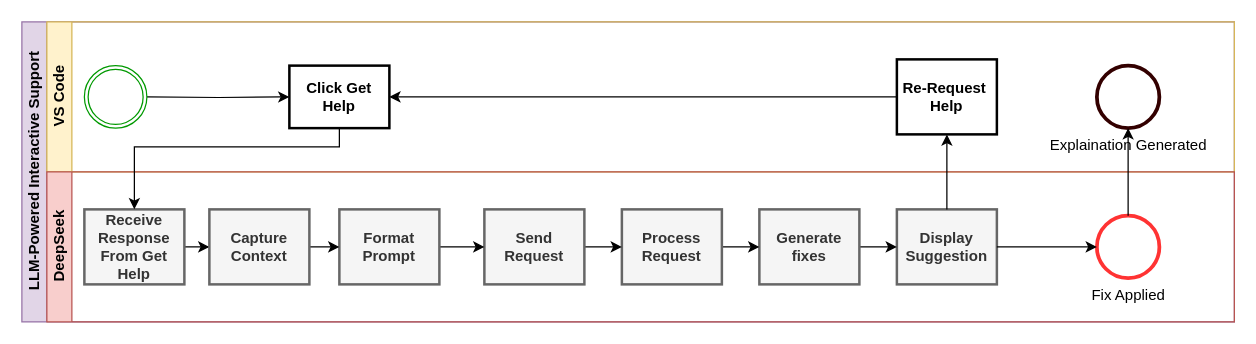
Before: Untitled Diagram.drawio in rajandasguptaml/APEX---BPMN-Diagram, a draw.io diagram. Source tidied: cells renumbered, new cells numbered last; positions are measured from the earlier drawing's top-left corner, leaving out a move shared by most shapes. Both pictures are drawn from the tidied source at 125%, with x=0, y=0 at pixel (21, 21).
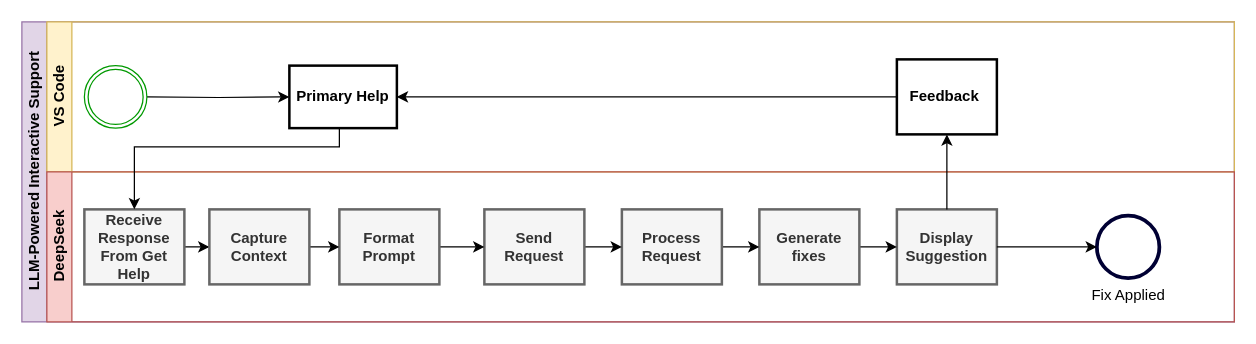
After the change.

Unchanged cells that the change refers to:
```xml
<mxCell id="2" value="LLM-Powered Interactive Support" style="swimlane;html=1;horizontal=0;startSize=20;fillColor=#e1d5e7;strokeColor=#9673a6;" parent="1" vertex="1">
  <mxGeometry width="970" height="240" as="geometry" />
</mxCell>
<mxCell id="3" value="VS Code" style="swimlane;html=1;startSize=20;horizontal=0;fillColor=#fff2cc;strokeColor=#d6b656;" parent="2" vertex="1">
  <mxGeometry x="20" width="950" height="120" as="geometry" />
</mxCell>
<mxCell id="10" value="DeepSeek" style="swimlane;html=1;startSize=20;horizontal=0;fillColor=#f8cecc;strokeColor=#b85450;" parent="2" vertex="1">
  <mxGeometry x="20" y="120" width="950" height="120" as="geometry" />
</mxCell>
```

The edit, as a diff of the source:
```diff
@@
-    <mxCell id="4" value="&lt;b&gt;Click Get&lt;/b&gt;&lt;div&gt;&lt;b&gt;Help&lt;/b&gt;&lt;/div&gt;" style="rounded=0;whiteSpace=wrap;html=1;fontFamily=Helvetica;fontSize=12;fontColor=#000000;align=center;strokeWidth=2;" parent="3" vertex="1">
-      <mxGeometry x="194" y="35" width="80" height="50" as="geometry" />
+    <mxCell id="4" value="&lt;div&gt;&lt;b&gt;Primary Help&lt;/b&gt;&lt;/div&gt;" style="rounded=0;whiteSpace=wrap;html=1;fontFamily=Helvetica;fontSize=12;fontColor=#000000;align=center;strokeWidth=2;" parent="3" vertex="1">
+      <mxGeometry x="194" y="35" width="86" height="50" as="geometry" />
     </mxCell>
@@
-    <mxCell id="6" value="Explaination Generated" style="points=[[0.145,0.145,0],[0.5,0,0],[0.855,0.145,0],[1,0.5,0],[0.855,0.855,0],[0.5,1,0],[0.145,0.855,0],[0,0.5,0]];shape=mxgraph.bpmn.event;html=1;verticalLabelPosition=bottom;labelBackgroundColor=#ffffff;verticalAlign=top;align=center;perimeter=ellipsePerimeter;outlineConnect=0;outline=end;symbol=terminate2;strokeColor=light-dark(#330000,#EDEDED);" parent="3" vertex="1">
-      <mxGeometry x="840" y="35" width="50" height="50" as="geometry" />
-    </mxCell>
@@
-    <mxCell id="9" value="&lt;b&gt;Re-Request&amp;nbsp;&lt;/b&gt;&lt;div&gt;&lt;b&gt;Help&lt;/b&gt;&lt;/div&gt;" style="rounded=0;whiteSpace=wrap;html=1;fontFamily=Helvetica;fontSize=12;fontColor=#000000;align=center;strokeWidth=2;" parent="3" vertex="1">
+    <mxCell id="9" value="&lt;b&gt;Feedback&amp;nbsp;&lt;/b&gt;" style="rounded=0;whiteSpace=wrap;html=1;fontFamily=Helvetica;fontSize=12;fontColor=#000000;align=center;strokeWidth=2;" parent="3" vertex="1">
       <mxGeometry x="680" y="30" width="80" height="60" as="geometry" />
     </mxCell>
@@
-    <mxCell id="24" value="Fix Applied" style="points=[[0.145,0.145,0],[0.5,0,0],[0.855,0.145,0],[1,0.5,0],[0.855,0.855,0],[0.5,1,0],[0.145,0.855,0],[0,0.5,0]];shape=mxgraph.bpmn.event;html=1;verticalLabelPosition=bottom;labelBackgroundColor=#ffffff;verticalAlign=top;align=center;perimeter=ellipsePerimeter;outlineConnect=0;outline=end;symbol=terminate2;strokeColor=light-dark(#FF3333,#EDEDED);" parent="10" vertex="1">
+    <mxCell id="24" value="Fix Applied" style="points=[[0.145,0.145,0],[0.5,0,0],[0.855,0.145,0],[1,0.5,0],[0.855,0.855,0],[0.5,1,0],[0.145,0.855,0],[0,0.5,0]];shape=mxgraph.bpmn.event;html=1;verticalLabelPosition=bottom;labelBackgroundColor=#ffffff;verticalAlign=top;align=center;perimeter=ellipsePerimeter;outlineConnect=0;outline=end;symbol=terminate2;strokeColor=light-dark(#000033,#EDEDED);" parent="10" vertex="1">
       <mxGeometry x="840" y="35" width="50" height="50" as="geometry" />
     </mxCell>
@@
-    <mxCell id="28" style="edgeStyle=orthogonalEdgeStyle;rounded=0;jettySize=auto;html=1;entryX=0.5;entryY=1;entryDx=0;entryDy=0;entryPerimeter=0;" parent="2" edge="1" source="24" target="6">
-      <mxGeometry relative="1" as="geometry" />
-    </mxCell>
```
